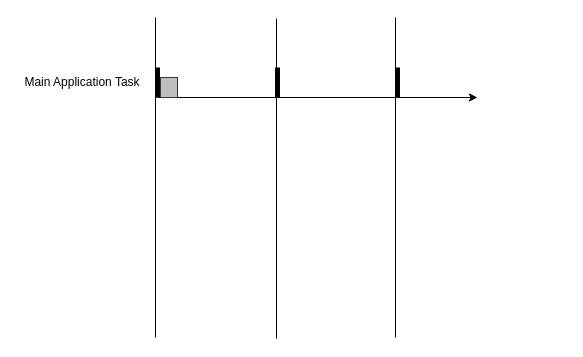
Above: page "Mcu_Configuration" (4 of 4) of TrafficLight/systemDesign/TrafficLightSystem.drawio in munadirahmed/embedded (draw.io), before the change. Source tidied: cells renumbered, new cells numbered last; positions are measured from the earlier drawing's top-left corner, leaving out a move shared by most shapes. Both pictures are drawn from the tidied source at 100%, with x=0, y=0 at pixel (17, 17).
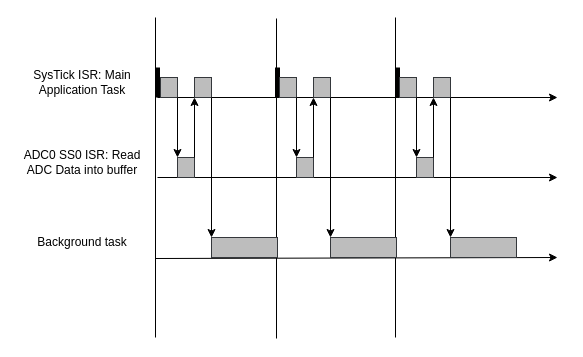
The same page after the edit.

The edit, as a diff of the source:
```diff
@@
+    <mxCell id="11" style="group;" parent="1" vertex="1">
+      <mxGeometry width="540" height="321" as="geometry" />
+    </mxCell>
-    <mxCell id="2" style="endArrow=none;html=1;rounded=0;strokeWidth=5;" parent="1" edge="1">
+    <mxCell id="2" style="endArrow=none;html=1;rounded=0;strokeWidth=5;" parent="11" edge="1">
       <mxGeometry relative="1" as="geometry">
         <mxPoint x="140" y="80" as="sourcePoint" />
         <mxPoint x="140" y="50" as="targetPoint" />
       </mxGeometry>
     </mxCell>
-    <mxCell id="3" style="endArrow=none;html=1;rounded=0;strokeWidth=5;" parent="1" edge="1">
+    <mxCell id="3" style="endArrow=none;html=1;rounded=0;strokeWidth=5;" parent="11" edge="1">
       <mxGeometry relative="1" as="geometry">
         <mxPoint x="260" y="80" as="sourcePoint" />
         <mxPoint x="260" y="50" as="targetPoint" />
       </mxGeometry>
     </mxCell>
-    <mxCell id="4" style="endArrow=none;html=1;rounded=0;strokeWidth=5;" parent="1" edge="1">
+    <mxCell id="4" style="endArrow=none;html=1;rounded=0;strokeWidth=5;" parent="11" edge="1">
       <mxGeometry relative="1" as="geometry">
         <mxPoint x="380" y="80" as="sourcePoint" />
         <mxPoint x="380" y="50" as="targetPoint" />
       </mxGeometry>
     </mxCell>
-    <mxCell id="5" style="endArrow=classic;html=1;rounded=0;" parent="1" edge="1">
+    <mxCell id="5" style="endArrow=classic;html=1;rounded=0;" parent="11" edge="1">
       <mxGeometry relative="1" as="geometry">
         <mxPoint x="140" y="80" as="sourcePoint" />
-        <mxPoint x="460" y="80" as="targetPoint" />
+        <mxPoint x="540" y="80" as="targetPoint" />
       </mxGeometry>
     </mxCell>
-    <mxCell id="6" style="endArrow=none;html=1;rounded=0;" parent="1" edge="1">
+    <mxCell id="6" style="endArrow=none;html=1;rounded=0;" parent="11" edge="1">
       <mxGeometry relative="1" as="geometry">
         <mxPoint x="138" y="320" as="sourcePoint" />
         <mxPoint x="138" as="targetPoint" />
       </mxGeometry>
     </mxCell>
-    <mxCell id="7" value="Main Application Task" style="text;strokeColor=none;align=center;fillColor=none;html=1;verticalAlign=middle;whiteSpace=wrap;rounded=0;" parent="1" vertex="1">
+    <mxCell id="7" value="SysTick ISR: Main Application Task" style="text;strokeColor=none;align=center;fillColor=none;html=1;verticalAlign=middle;whiteSpace=wrap;rounded=0;" parent="11" vertex="1">
       <mxGeometry y="50" width="130" height="30" as="geometry" />
     </mxCell>
-    <mxCell id="8" style="rounded=0;whiteSpace=wrap;html=1;fillColor=#BDBDBD;strokeColor=#34373B;" parent="1" vertex="1">
-      <mxGeometry x="143" y="60" width="17" height="20" as="geometry" />
-    </mxCell>
-    <mxCell id="9" style="endArrow=none;html=1;rounded=0;" parent="1" edge="1">
+    <mxCell id="9" style="endArrow=none;html=1;rounded=0;" parent="11" edge="1">
       <mxGeometry relative="1" as="geometry">
         <mxPoint x="259" y="321" as="sourcePoint" />
         <mxPoint x="259" y="1" as="targetPoint" />
       </mxGeometry>
     </mxCell>
-    <mxCell id="10" style="endArrow=none;html=1;rounded=0;" parent="1" edge="1">
+    <mxCell id="10" style="endArrow=none;html=1;rounded=0;" parent="11" edge="1">
       <mxGeometry relative="1" as="geometry">
         <mxPoint x="378" y="320" as="sourcePoint" />
         <mxPoint x="378" as="targetPoint" />
       </mxGeometry>
     </mxCell>
+    <mxCell id="12" style="endArrow=classic;html=1;rounded=0;" parent="11" edge="1">
+      <mxGeometry relative="1" as="geometry">
+        <mxPoint x="140" y="160" as="sourcePoint" />
+        <mxPoint x="540" y="160" as="targetPoint" />
+      </mxGeometry>
+    </mxCell>
+    <mxCell id="13" style="endArrow=classic;html=1;rounded=0;" parent="11" edge="1">
+      <mxGeometry relative="1" as="geometry">
+        <mxPoint x="138" y="241" as="sourcePoint" />
+        <mxPoint x="540" y="240" as="targetPoint" />
+      </mxGeometry>
+    </mxCell>
+    <mxCell id="14" value="ADC0 SS0 ISR: Read ADC Data into buffer" style="text;strokeColor=none;align=center;fillColor=none;html=1;verticalAlign=middle;whiteSpace=wrap;rounded=0;" parent="11" vertex="1">
+      <mxGeometry y="130" width="130" height="30" as="geometry" />
+    </mxCell>
+    <mxCell id="15" value="Background task" style="text;strokeColor=none;align=center;fillColor=none;html=1;verticalAlign=middle;whiteSpace=wrap;rounded=0;" parent="11" vertex="1">
+      <mxGeometry y="210" width="130" height="30" as="geometry" />
+    </mxCell>
+    <mxCell id="16" style="group;" parent="11" vertex="1">
+      <mxGeometry x="143" y="60" width="117" height="180" as="geometry" />
+    </mxCell>
+    <mxCell id="17" style="rounded=0;whiteSpace=wrap;html=1;fillColor=#BDBDBD;strokeColor=#34373B;" parent="16" vertex="1">
+      <mxGeometry x="51" y="160" width="66" height="20" as="geometry" />
+    </mxCell>
+    <mxCell id="18" style="group;" parent="16" vertex="1">
+      <mxGeometry width="51" height="100" as="geometry" />
+    </mxCell>
+    <mxCell id="8" style="rounded=0;whiteSpace=wrap;html=1;fillColor=#BDBDBD;strokeColor=#34373B;" parent="18" vertex="1">
+      <mxGeometry width="17" height="20" as="geometry" />
+    </mxCell>
+    <mxCell id="19" style="rounded=0;whiteSpace=wrap;html=1;fillColor=#BDBDBD;strokeColor=#34373B;" parent="18" vertex="1">
+      <mxGeometry x="17" y="80" width="17" height="20" as="geometry" />
+    </mxCell>
+    <mxCell id="20" style="rounded=0;whiteSpace=wrap;html=1;fillColor=#BDBDBD;strokeColor=#34373B;" parent="18" vertex="1">
+      <mxGeometry x="34" width="17" height="20" as="geometry" />
+    </mxCell>
+    <mxCell id="21" style="endArrow=classic;html=1;rounded=0;exitX=1;exitY=1;exitDx=0;exitDy=0;entryX=0;entryY=0;entryDx=0;entryDy=0;" parent="18" edge="1" source="8" target="19">
+      <mxGeometry relative="1" as="geometry" />
+    </mxCell>
+    <mxCell id="22" style="endArrow=classic;html=1;rounded=0;entryX=0;entryY=1;entryDx=0;entryDy=0;" parent="18" edge="1" target="20">
+      <mxGeometry relative="1" as="geometry">
+        <mxPoint x="34" y="80" as="sourcePoint" />
+      </mxGeometry>
+    </mxCell>
+    <mxCell id="23" style="endArrow=classic;html=1;rounded=0;exitX=1;exitY=1;exitDx=0;exitDy=0;entryX=0;entryY=0;entryDx=0;entryDy=0;" parent="16" edge="1" source="20" target="17">
+      <mxGeometry relative="1" as="geometry" />
+    </mxCell>
+    <mxCell id="24" style="group;" parent="11" vertex="1">
+      <mxGeometry x="262" y="60" width="117" height="180" as="geometry" />
+    </mxCell>
+    <mxCell id="25" style="rounded=0;whiteSpace=wrap;html=1;fillColor=#BDBDBD;strokeColor=#34373B;" parent="24" vertex="1">
+      <mxGeometry x="51" y="160" width="66" height="20" as="geometry" />
+    </mxCell>
+    <mxCell id="26" style="group;" parent="24" vertex="1">
+      <mxGeometry width="51" height="100" as="geometry" />
+    </mxCell>
+    <mxCell id="27" style="rounded=0;whiteSpace=wrap;html=1;fillColor=#BDBDBD;strokeColor=#34373B;" parent="26" vertex="1">
+      <mxGeometry width="17" height="20" as="geometry" />
+    </mxCell>
+    <mxCell id="28" style="rounded=0;whiteSpace=wrap;html=1;fillColor=#BDBDBD;strokeColor=#34373B;" parent="26" vertex="1">
+      <mxGeometry x="17" y="80" width="17" height="20" as="geometry" />
+    </mxCell>
+    <mxCell id="29" style="rounded=0;whiteSpace=wrap;html=1;fillColor=#BDBDBD;strokeColor=#34373B;" parent="26" vertex="1">
+      <mxGeometry x="34" width="17" height="20" as="geometry" />
+    </mxCell>
+    <mxCell id="30" style="endArrow=classic;html=1;rounded=0;exitX=1;exitY=1;exitDx=0;exitDy=0;entryX=0;entryY=0;entryDx=0;entryDy=0;" parent="26" edge="1" source="27" target="28">
+      <mxGeometry relative="1" as="geometry" />
+    </mxCell>
+    <mxCell id="31" style="endArrow=classic;html=1;rounded=0;entryX=0;entryY=1;entryDx=0;entryDy=0;" parent="26" edge="1" target="29">
+      <mxGeometry relative="1" as="geometry">
+        <mxPoint x="34" y="80" as="sourcePoint" />
+      </mxGeometry>
+    </mxCell>
+    <mxCell id="32" style="endArrow=classic;html=1;rounded=0;exitX=1;exitY=1;exitDx=0;exitDy=0;entryX=0;entryY=0;entryDx=0;entryDy=0;" parent="24" edge="1" source="29" target="25">
+      <mxGeometry relative="1" as="geometry" />
+    </mxCell>
+    <mxCell id="33" style="group;" parent="11" vertex="1">
+      <mxGeometry x="382" y="60" width="117" height="180" as="geometry" />
+    </mxCell>
+    <mxCell id="34" style="rounded=0;whiteSpace=wrap;html=1;fillColor=#BDBDBD;strokeColor=#34373B;" parent="33" vertex="1">
+      <mxGeometry x="51" y="160" width="66" height="20" as="geometry" />
+    </mxCell>
+    <mxCell id="35" style="group;" parent="33" vertex="1">
+      <mxGeometry width="51" height="100" as="geometry" />
+    </mxCell>
+    <mxCell id="36" style="rounded=0;whiteSpace=wrap;html=1;fillColor=#BDBDBD;strokeColor=#34373B;" parent="35" vertex="1">
+      <mxGeometry width="17" height="20" as="geometry" />
+    </mxCell>
+    <mxCell id="37" style="rounded=0;whiteSpace=wrap;html=1;fillColor=#BDBDBD;strokeColor=#34373B;" parent="35" vertex="1">
+      <mxGeometry x="17" y="80" width="17" height="20" as="geometry" />
+    </mxCell>
+    <mxCell id="38" style="rounded=0;whiteSpace=wrap;html=1;fillColor=#BDBDBD;strokeColor=#34373B;" parent="35" vertex="1">
+      <mxGeometry x="34" width="17" height="20" as="geometry" />
+    </mxCell>
+    <mxCell id="39" style="endArrow=classic;html=1;rounded=0;exitX=1;exitY=1;exitDx=0;exitDy=0;entryX=0;entryY=0;entryDx=0;entryDy=0;" parent="35" edge="1" source="36" target="37">
+      <mxGeometry relative="1" as="geometry" />
+    </mxCell>
+    <mxCell id="40" style="endArrow=classic;html=1;rounded=0;entryX=0;entryY=1;entryDx=0;entryDy=0;" parent="35" edge="1" target="38">
+      <mxGeometry relative="1" as="geometry">
+        <mxPoint x="34" y="80" as="sourcePoint" />
+      </mxGeometry>
+    </mxCell>
+    <mxCell id="41" style="endArrow=classic;html=1;rounded=0;exitX=1;exitY=1;exitDx=0;exitDy=0;entryX=0;entryY=0;entryDx=0;entryDy=0;" parent="33" edge="1" source="38" target="34">
+      <mxGeometry relative="1" as="geometry" />
+    </mxCell>
```
